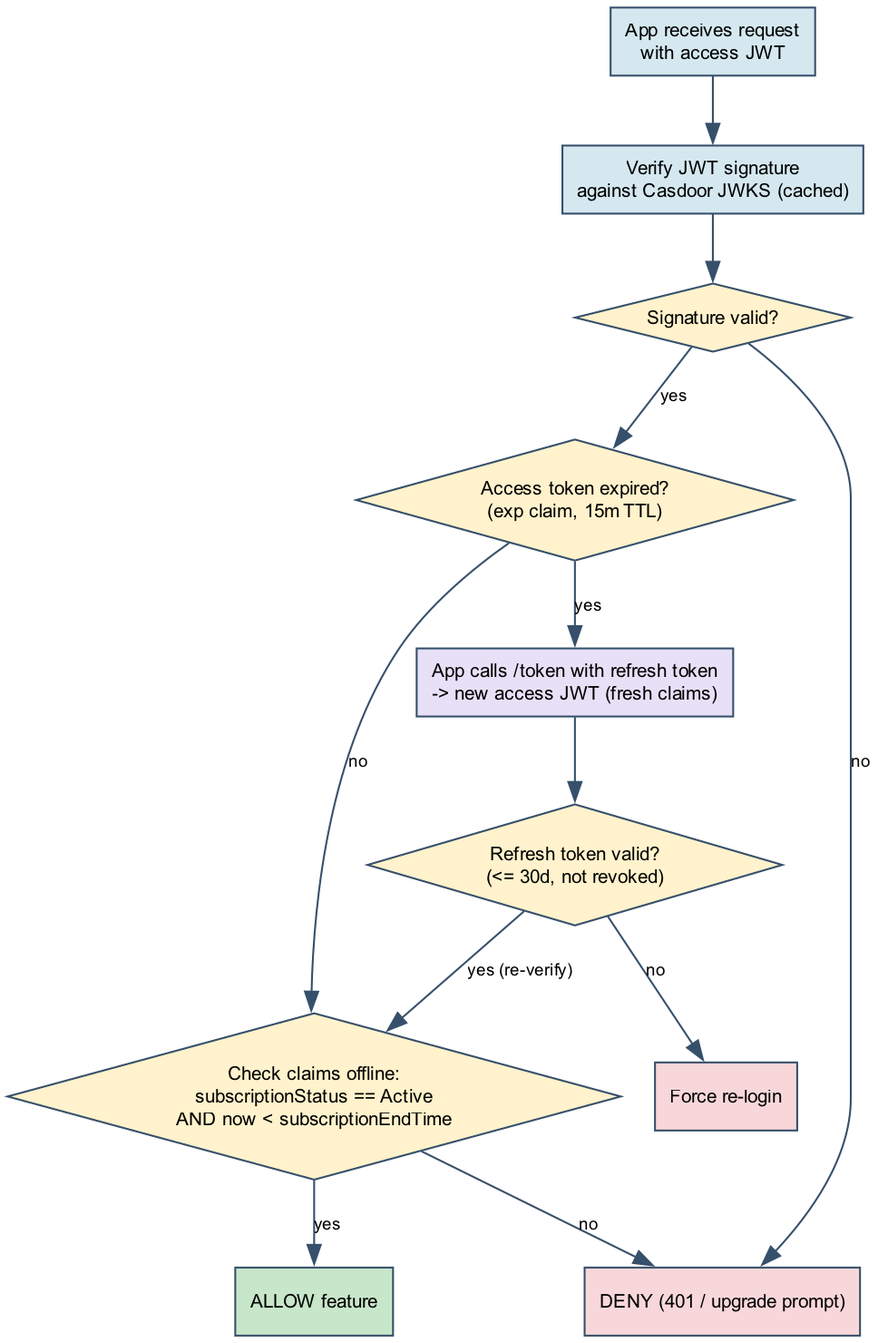
Earlier version of the Graphviz export docs/technical/assets/04_token_check.png (Nelson2SR/auth-server). Its source is kept beside it as docs/technical/assets/04_token_check.dot. Source of this version:
```dot
digraph tokencheck {
  rankdir=TB;
  bgcolor="white";
  node [fontname="Arial", fontsize=10, style="filled", shape=box, color="#36506b", fillcolor="#eef3f8"];
  edge [fontname="Arial", fontsize=9, color="#36506b"];

  req   [label="App receives request\nwith access JWT", fillcolor="#d5e8f0"];
  vsig  [label="Verify JWT signature\nagainst Casdoor JWKS (cached)", fillcolor="#d5e8f0"];
  sigok [label="Signature valid?", shape=diamond, fillcolor="#fff2cc"];
  expd  [label="Access token expired?\n(exp claim, 15m TTL)", shape=diamond, fillcolor="#fff2cc"];

  refresh [label="App calls /token with refresh token\n-> new access JWT (fresh claims)", fillcolor="#e7e0f7"];
  refok   [label="Refresh token valid?\n(<= 30d, not revoked)", shape=diamond, fillcolor="#fff2cc"];

  subchk [label="Check claims offline:\nsubscriptionStatus == Active\nAND now < subscriptionEndTime", shape=diamond, fillcolor="#fff2cc"];

  allow [label="ALLOW feature", fillcolor="#c8e6c9"];
  deny  [label="DENY (401 / upgrade prompt)", fillcolor="#f8d7da"];
  login [label="Force re-login", fillcolor="#f8d7da"];

  req -> vsig -> sigok;
  sigok -> deny [label="no"];
  sigok -> expd [label="yes"];
  expd -> subchk [label="no"];
  expd -> refresh [label="yes"];
  refresh -> refok;
  refok -> login [label="no"];
  refok -> subchk [label="yes (re-verify)"];
  subchk -> allow [label="yes"];
  subchk -> deny [label="no"];
}
```
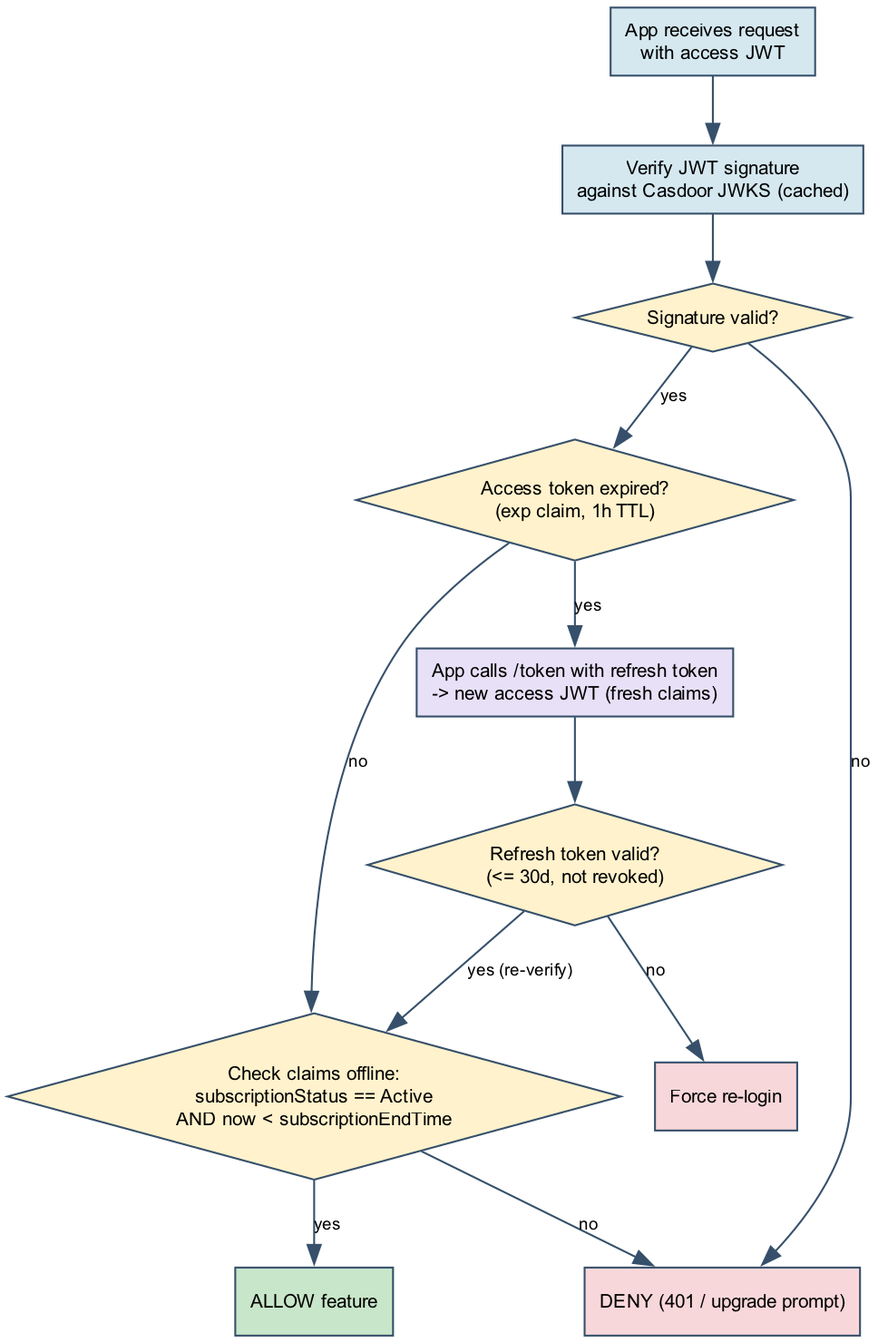
Later version of the same file.

Commit message:
docs: regenerate technical design doc with 1-hour access TTL

The edit, as a diff of the source:
```diff
@@ -7,7 +7,7 @@
   req   [label="App receives request\nwith access JWT", fillcolor="#d5e8f0"];
   vsig  [label="Verify JWT signature\nagainst Casdoor JWKS (cached)", fillcolor="#d5e8f0"];
   sigok [label="Signature valid?", shape=diamond, fillcolor="#fff2cc"];
-  expd  [label="Access token expired?\n(exp claim, 15m TTL)", shape=diamond, fillcolor="#fff2cc"];
+  expd  [label="Access token expired?\n(exp claim, 1h TTL)", shape=diamond, fillcolor="#fff2cc"];
 
   refresh [label="App calls /token with refresh token\n-> new access JWT (fresh claims)", fillcolor="#e7e0f7"];
   refok   [label="Refresh token valid?\n(<= 30d, not revoked)", shape=diamond, fillcolor="#fff2cc"];
```
